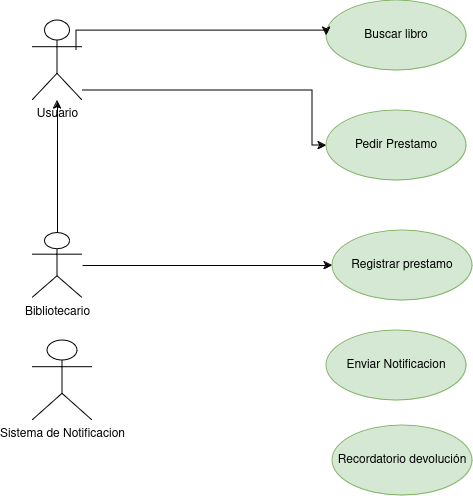
The draw.io diagram Diagrama sin título.drawio.png in gian700/ejercicio-git-libro, before a commit. Source tidied: cells renumbered, new cells last; positions are measured from the earlier drawing's top-left corner, leaving out a move shared by most shapes.
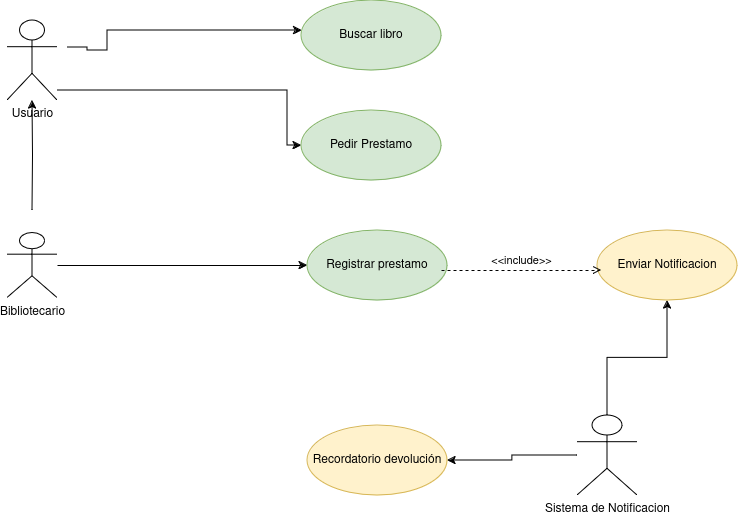
After the commit.

Diff of the diagram source:
```diff
@@ -5,11 +5,14 @@
     <mxCell id="2" value="Buscar libro" style="ellipse;whiteSpace=wrap;html=1;fillColor=#d5e8d4;strokeColor=#82b366;" parent="1" vertex="1">
       <mxGeometry x="294" width="140" height="70" as="geometry" />
     </mxCell>
-    <mxCell id="3" style="edgeStyle=orthogonalEdgeStyle;rounded=0;jettySize=auto;html=1;entryX=0;entryY=0.5;entryDx=0;entryDy=0;exitX=0.88;exitY=0.375;exitDx=0;exitDy=0;exitPerimeter=0;" parent="1" edge="1" source="5" target="2">
+    <mxCell id="3" style="edgeStyle=orthogonalEdgeStyle;rounded=0;jettySize=auto;html=1;" parent="1" edge="1" target="2">
       <mxGeometry relative="1" as="geometry">
+        <mxPoint x="60" y="47" as="sourcePoint" />
         <Array as="points">
-          <mxPoint x="44" y="30" />
-          <mxPoint x="294" y="30" />
+          <mxPoint x="80" y="47" />
+          <mxPoint x="80" y="50" />
+          <mxPoint x="100" y="50" />
+          <mxPoint x="100" y="30" />
         </Array>
       </mxGeometry>
     </mxCell>
@@ -24,8 +27,10 @@
     <mxCell id="5" value="Usuario" style="shape=umlActor;html=1;verticalLabelPosition=bottom;verticalAlign=top;align=center;" parent="1" vertex="1">
       <mxGeometry y="20" width="50" height="80" as="geometry" />
     </mxCell>
-    <mxCell id="6" style="edgeStyle=orthogonalEdgeStyle;rounded=0;jettySize=auto;html=1;" parent="1" edge="1" source="8" target="5">
-      <mxGeometry relative="1" as="geometry" />
+    <mxCell id="6" style="edgeStyle=orthogonalEdgeStyle;rounded=0;jettySize=auto;html=1;" parent="1" edge="1" target="5">
+      <mxGeometry relative="1" as="geometry">
+        <mxPoint x="25" y="210" as="sourcePoint" />
+      </mxGeometry>
     </mxCell>
     <mxCell id="7" style="edgeStyle=orthogonalEdgeStyle;rounded=0;jettySize=auto;html=1;" parent="1" edge="1" source="8" target="11">
       <mxGeometry relative="1" as="geometry" />
@@ -33,8 +38,14 @@
     <mxCell id="8" value="Bibliotecario" style="shape=umlActor;html=1;verticalLabelPosition=bottom;verticalAlign=top;align=center;" parent="1" vertex="1">
       <mxGeometry y="232.5" width="50" height="65" as="geometry" />
     </mxCell>
+    <mxCell id="14" style="edgeStyle=orthogonalEdgeStyle;rounded=0;jettySize=auto;html=1;" parent="1" edge="1" source="9" target="12">
+      <mxGeometry relative="1" as="geometry" />
+    </mxCell>
+    <mxCell id="15" style="edgeStyle=orthogonalEdgeStyle;rounded=0;jettySize=auto;html=1;" parent="1" edge="1" source="9" target="13">
+      <mxGeometry relative="1" as="geometry" />
+    </mxCell>
     <mxCell id="9" value="Sistema de Notificacion" style="shape=umlActor;html=1;verticalLabelPosition=bottom;verticalAlign=top;align=center;" parent="1" vertex="1">
-      <mxGeometry y="340" width="60" height="80" as="geometry" />
+      <mxGeometry x="570" y="415" width="60" height="80" as="geometry" />
     </mxCell>
     <mxCell id="10" value="Pedir Prestamo" style="ellipse;whiteSpace=wrap;html=1;fillColor=#d5e8d4;strokeColor=#82b366;" parent="1" vertex="1">
       <mxGeometry x="294" y="110" width="140" height="70" as="geometry" />
@@ -42,11 +53,17 @@
     <mxCell id="11" value="Registrar prestamo" style="ellipse;whiteSpace=wrap;html=1;fillColor=#d5e8d4;strokeColor=#82b366;" parent="1" vertex="1">
       <mxGeometry x="300" y="230" width="140" height="70" as="geometry" />
     </mxCell>
-    <mxCell id="12" value="Enviar Notificacion" style="ellipse;whiteSpace=wrap;html=1;fillColor=#d5e8d4;strokeColor=#82b366;" parent="1" vertex="1">
-      <mxGeometry x="294" y="330" width="140" height="70" as="geometry" />
+    <mxCell id="12" value="Enviar Notificacion" style="ellipse;whiteSpace=wrap;html=1;fillColor=#fff2cc;strokeColor=#d6b656;" parent="1" vertex="1">
+      <mxGeometry x="590" y="230" width="140" height="70" as="geometry" />
     </mxCell>
-    <mxCell id="13" value="&lt;div&gt;Recordatorio devolución&lt;/div&gt;" style="ellipse;whiteSpace=wrap;html=1;fillColor=#d5e8d4;strokeColor=#82b366;" parent="1" vertex="1">
+    <mxCell id="13" value="&lt;div&gt;Recordatorio devolución&lt;/div&gt;" style="ellipse;whiteSpace=wrap;html=1;fillColor=#fff2cc;strokeColor=#d6b656;" parent="1" vertex="1">
       <mxGeometry x="300" y="425" width="140" height="70" as="geometry" />
     </mxCell>
+    <mxCell id="16" value="&amp;lt;&amp;lt;include&amp;gt;&amp;gt;" style="edgeStyle=none;html=1;endArrow=open;verticalAlign=bottom;dashed=1;labelBackgroundColor=none;rounded=0;" parent="1" edge="1">
+      <mxGeometry relative="1" as="geometry">
+        <mxPoint x="434" y="270" as="sourcePoint" />
+        <mxPoint x="594" y="270" as="targetPoint" />
+      </mxGeometry>
+    </mxCell>
   </root>
 </mxGraphModel>
```
